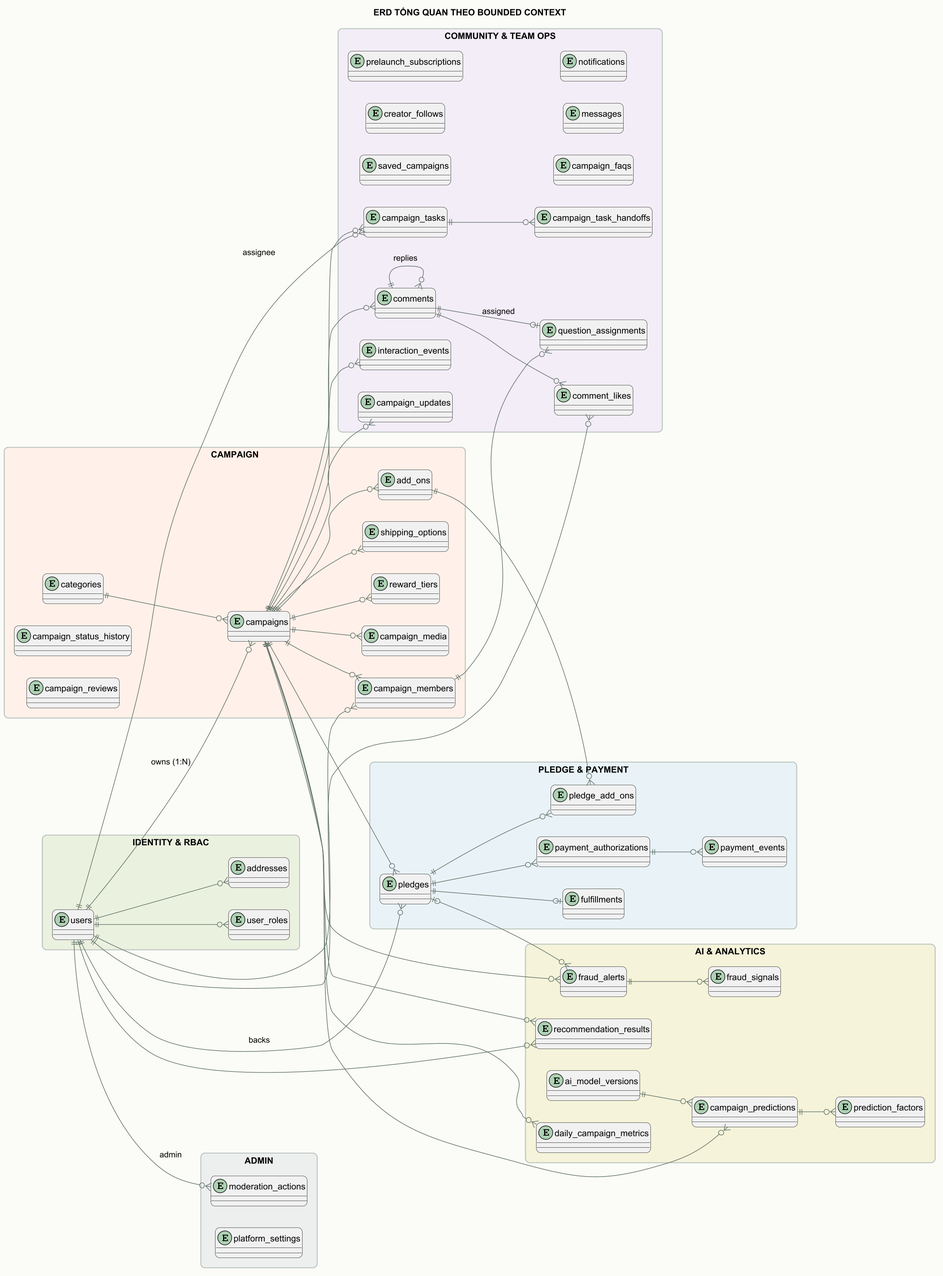
nguyennhutthanh813/crowdfunding_platform keeps this PlantUML diagram as apps/web/public/diagrams/erd-overview.png. Above is the earlier version. Its diagram source:
```plantuml
@startuml
skinparam dpi 150
title ERD TỔNG QUAN THEO BOUNDED CONTEXT
left to right direction
skinparam backgroundColor #FBFAF6
skinparam shadowing false
skinparam roundcorner 14
skinparam ArrowColor #64756C
skinparam packageStyle rectangle
skinparam packageBorderColor #B9C3BD

package "IDENTITY & RBAC" as Identity #EAF1DF {
  entity users
  entity user_roles
  entity addresses
}

package "CAMPAIGN" as Campaign #FFF0E8 {
  entity categories
  entity campaigns
  entity campaign_members
  entity campaign_media
  entity reward_tiers
  entity add_ons
  entity shipping_options
  entity campaign_status_history
  entity campaign_reviews
}

package "PLEDGE & PAYMENT" as Payment #E8F2F7 {
  entity pledges
  entity pledge_add_ons
  entity payment_authorizations
  entity payment_events
  entity fulfillments
}

package "COMMUNITY & TEAM OPS" as Community #F3ECF7 {
  entity saved_campaigns
  entity creator_follows
  entity prelaunch_subscriptions
  entity interaction_events
  entity campaign_updates
  entity campaign_faqs
  entity comments
  entity question_assignments
  entity comment_likes
  entity messages
  entity notifications
  entity campaign_tasks
  entity campaign_task_handoffs
}

package "AI & ANALYTICS" as Analytics #F4F3D9 {
  entity daily_campaign_metrics
  entity ai_model_versions
  entity recommendation_results
  entity campaign_predictions
  entity prediction_factors
  entity fraud_alerts
  entity fraud_signals
}

package "ADMIN" as Governance #ECEFEF {
  entity moderation_actions
  entity platform_settings
}

users ||--o{ user_roles
users ||--o{ addresses
users ||--o{ campaigns : owns (1:N)
users ||--o{ campaign_members
categories ||--o{ campaigns
campaigns ||--o{ campaign_members
campaigns ||--o{ campaign_media
campaigns ||--o{ reward_tiers
campaigns ||--o{ add_ons
campaigns ||--o{ shipping_options
campaigns ||--o{ pledges
users ||--o{ pledges : backs
pledges ||--o{ pledge_add_ons
add_ons ||--o{ pledge_add_ons
pledges ||--o{ payment_authorizations
payment_authorizations ||--o{ payment_events
pledges ||--o| fulfillments
campaigns ||--o{ campaign_updates
campaigns ||--o{ comments
comments ||--o| question_assignments : assigned
campaign_members ||--o{ question_assignments
comments ||--o{ comment_likes
users ||--o{ comment_likes
campaigns ||--o{ campaign_tasks
users ||--o{ campaign_tasks : assignee
campaign_tasks ||--o{ campaign_task_handoffs
comments ||--o{ comments : replies
campaigns ||--o{ interaction_events
campaigns ||--o{ daily_campaign_metrics
ai_model_versions ||--o{ campaign_predictions
campaigns ||--o{ campaign_predictions
campaign_predictions ||--o{ prediction_factors
users ||--o{ recommendation_results
campaigns ||--o{ recommendation_results
campaigns ||--o{ fraud_alerts
pledges |o--o{ fraud_alerts
fraud_alerts ||--o{ fraud_signals
users ||--o{ moderation_actions : admin
@enduml
```
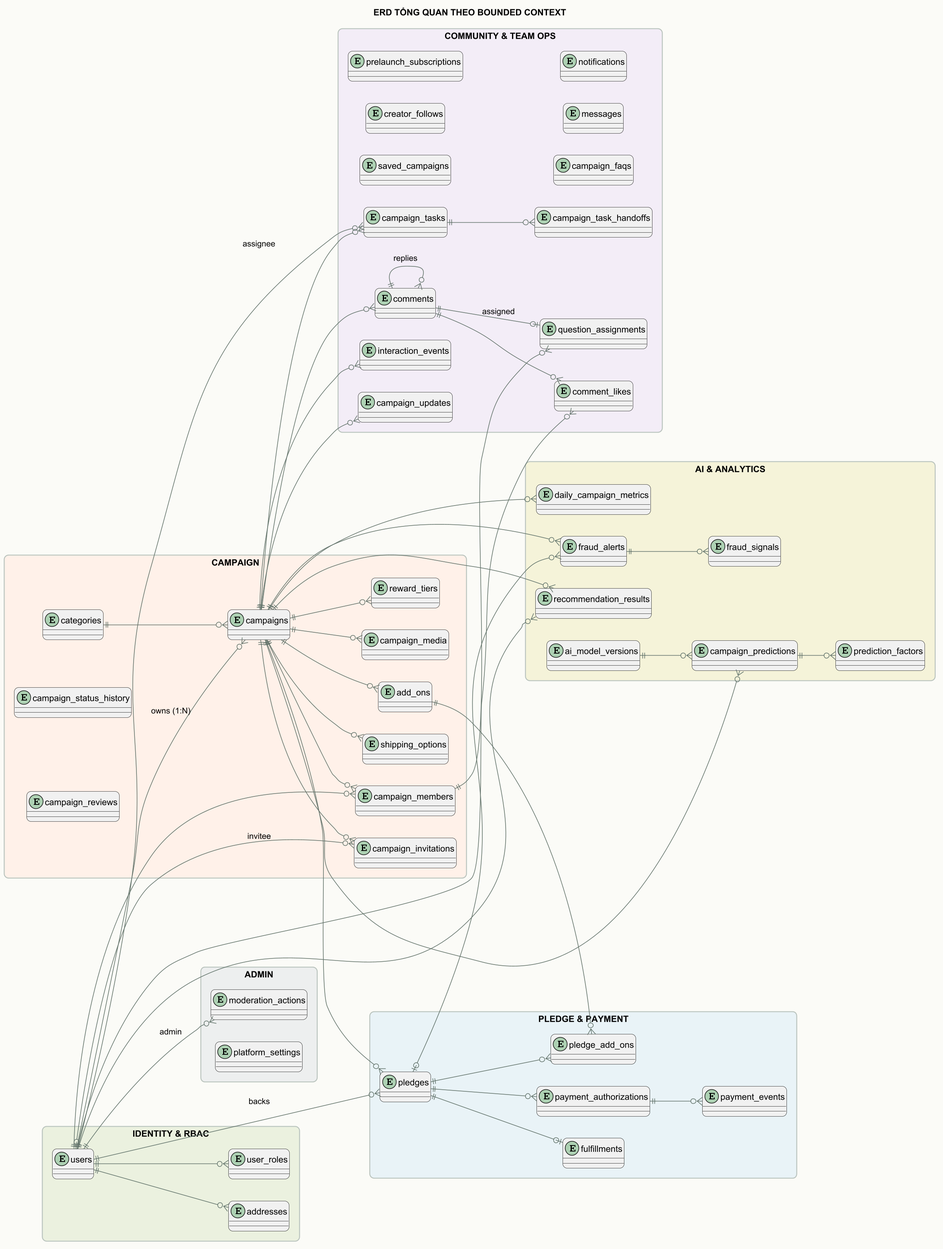
The same file after the commit.

What changed in the source:
```diff
@@ -19,6 +19,7 @@
   entity categories
   entity campaigns
   entity campaign_members
+  entity campaign_invitations
   entity campaign_media
   entity reward_tiers
   entity add_ons
@@ -70,8 +71,10 @@
 users ||--o{ addresses
 users ||--o{ campaigns : owns (1:N)
 users ||--o{ campaign_members
+users |o--o{ campaign_invitations : invitee
 categories ||--o{ campaigns
 campaigns ||--o{ campaign_members
+campaigns ||--o{ campaign_invitations
 campaigns ||--o{ campaign_media
 campaigns ||--o{ reward_tiers
 campaigns ||--o{ add_ons
```
